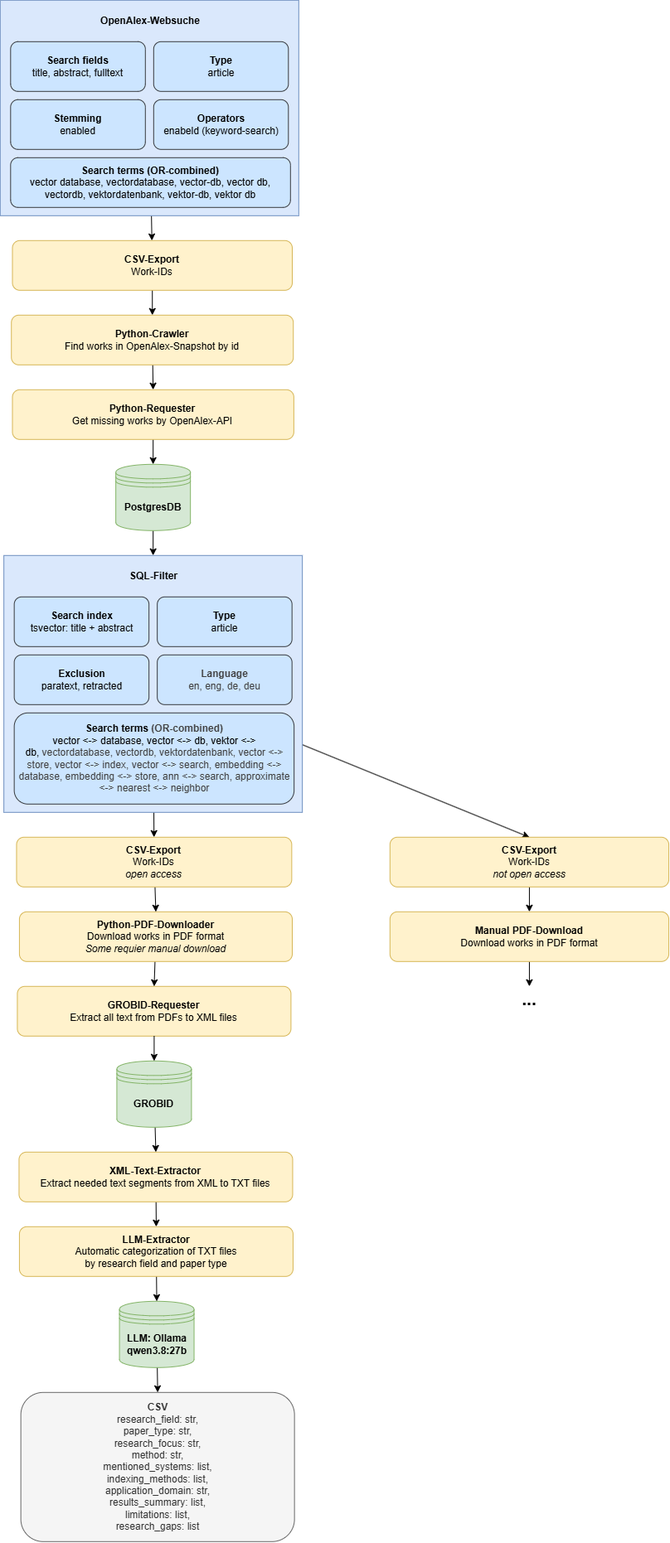
Before: database/doc/concept.png, a diagram exported from draw.io (dkrakau/arm). Source tidied: cells renumbered, new cells last; positions are measured from the earlier drawing's top-left corner, leaving out a move shared by most shapes. Its diagram source:
```xml
<mxGraphModel background="#ffffff" shadow="1">
  <root>
    <mxCell id="0" />
    <mxCell id="1" parent="0" />
    <mxCell id="2" style="edgeStyle=none;html=1;" parent="1" edge="1" source="3" target="22">
      <mxGeometry relative="1" as="geometry" />
    </mxCell>
    <mxCell id="3" style="rounded=0;whiteSpace=wrap;html=1;fillColor=#dae8fc;strokeColor=#6c8ebf;" parent="1" vertex="1">
      <mxGeometry width="360" height="260" as="geometry" />
    </mxCell>
    <mxCell id="4" style="edgeStyle=none;html=1;entryX=0.5;entryY=0;entryDx=0;entryDy=0;" parent="1" edge="1" source="5" target="14">
      <mxGeometry relative="1" as="geometry" />
    </mxCell>
    <mxCell id="5" value="&lt;b&gt;PostgresDB&lt;/b&gt;" style="shape=datastore;whiteSpace=wrap;html=1;fillColor=#d5e8d4;strokeColor=#82b366;" parent="1" vertex="1">
      <mxGeometry x="139.4" y="560" width="90" height="80" as="geometry" />
    </mxCell>
    <mxCell id="6" value="OpenAlex-Websuche" style="text;html=1;align=center;verticalAlign=middle;whiteSpace=wrap;rounded=0;fontStyle=1;" parent="1" vertex="1">
      <mxGeometry x="116.2" y="10" width="130" height="30" as="geometry" />
    </mxCell>
    <mxCell id="7" value="&lt;b&gt;Search fields&lt;/b&gt;&lt;br&gt;&lt;div&gt;title, abstract, fulltext&lt;/div&gt;" style="rounded=1;whiteSpace=wrap;html=1;fillColor=#cce5ff;strokeColor=#36393d;" parent="1" vertex="1">
      <mxGeometry x="12.5" y="50" width="162.5" height="60" as="geometry" />
    </mxCell>
    <mxCell id="8" value="&lt;b&gt;Type&lt;/b&gt;&lt;div&gt;article&lt;/div&gt;" style="rounded=1;whiteSpace=wrap;html=1;fillColor=#cce5ff;strokeColor=#36393d;" parent="1" vertex="1">
      <mxGeometry x="185" y="50" width="162.5" height="60" as="geometry" />
    </mxCell>
    <mxCell id="9" value="&lt;b&gt;Stemming&lt;/b&gt;&lt;div&gt;enabled&lt;/div&gt;" style="rounded=1;whiteSpace=wrap;html=1;fillColor=#cce5ff;strokeColor=#36393d;" parent="1" vertex="1">
      <mxGeometry x="12.5" y="120" width="162.5" height="60" as="geometry" />
    </mxCell>
    <mxCell id="10" value="&lt;b&gt;Operators&lt;/b&gt;&lt;div&gt;enabeld (keyword-search)&lt;/div&gt;" style="rounded=1;whiteSpace=wrap;html=1;fillColor=#cce5ff;strokeColor=#36393d;" parent="1" vertex="1">
      <mxGeometry x="185" y="120" width="162.5" height="60" as="geometry" />
    </mxCell>
    <mxCell id="11" value="&lt;b&gt;Search terms (OR-combined)&lt;/b&gt;&lt;div&gt;vector database, vectordatabase, vector-db, vector db, vectordb, vektordatenbank, vektor-db, vektor db&lt;/div&gt;" style="rounded=1;whiteSpace=wrap;html=1;fillColor=#cce5ff;strokeColor=#36393d;" parent="1" vertex="1">
      <mxGeometry x="12.5" y="190" width="337.5" height="60" as="geometry" />
    </mxCell>
    <mxCell id="12" style="edgeStyle=none;html=1;entryX=0.5;entryY=0;entryDx=0;entryDy=0;" parent="1" edge="1" source="14" target="33">
      <mxGeometry relative="1" as="geometry" />
    </mxCell>
    <mxCell id="13" style="edgeStyle=none;html=1;" parent="1" edge="1" source="14" target="35">
      <mxGeometry relative="1" as="geometry" />
    </mxCell>
    <mxCell id="14" style="rounded=0;whiteSpace=wrap;html=1;fillColor=#dae8fc;strokeColor=#6c8ebf;" parent="1" vertex="1">
      <mxGeometry x="4.4" y="670" width="360" height="310" as="geometry" />
    </mxCell>
    <mxCell id="15" value="SQL-Filter" style="text;html=1;align=center;verticalAlign=middle;whiteSpace=wrap;rounded=0;fontStyle=1;" parent="1" vertex="1">
      <mxGeometry x="120.6" y="680" width="130" height="30" as="geometry" />
    </mxCell>
    <mxCell id="16" value="&lt;b&gt;Search index&lt;/b&gt;&lt;br&gt;&lt;div&gt;tsvector: title + abstract&lt;/div&gt;" style="rounded=1;whiteSpace=wrap;html=1;fillColor=#cce5ff;strokeColor=#36393d;" parent="1" vertex="1">
      <mxGeometry x="16.9" y="720" width="162.5" height="60" as="geometry" />
    </mxCell>
    <mxCell id="17" value="&lt;b&gt;Type&lt;/b&gt;&lt;div&gt;article&lt;/div&gt;" style="rounded=1;whiteSpace=wrap;html=1;fillColor=#cce5ff;strokeColor=#36393d;" parent="1" vertex="1">
      <mxGeometry x="189.4" y="720" width="162.5" height="60" as="geometry" />
    </mxCell>
    <mxCell id="18" value="&lt;b&gt;Exclusion&lt;/b&gt;&lt;div&gt;paratext, retracted&lt;/div&gt;" style="rounded=1;whiteSpace=wrap;html=1;fillColor=#cce5ff;strokeColor=#36393d;" parent="1" vertex="1">
      <mxGeometry x="16.9" y="790" width="162.5" height="60" as="geometry" />
    </mxCell>
    <mxCell id="19" value="&lt;b style=&quot;color: rgb(63, 63, 63); scrollbar-color: rgb(226, 226, 226) rgb(251, 251, 251);&quot;&gt;Language&lt;/b&gt;&lt;div style=&quot;color: rgb(63, 63, 63); scrollbar-color: rgb(226, 226, 226) rgb(251, 251, 251);&quot;&gt;en, eng, de, deu&lt;/div&gt;" style="rounded=1;whiteSpace=wrap;html=1;fillColor=#cce5ff;strokeColor=#36393d;" parent="1" vertex="1">
      <mxGeometry x="189.4" y="790" width="162.5" height="60" as="geometry" />
    </mxCell>
    <mxCell id="20" value="&lt;b&gt;Search terms&amp;nbsp;&lt;/b&gt;&lt;b style=&quot;color: rgb(63, 63, 63); scrollbar-color: rgb(226, 226, 226) rgb(251, 251, 251);&quot;&gt;(OR-combined)&lt;/b&gt;&lt;div&gt;&lt;div&gt;vector &amp;lt;-&amp;gt; database, vector &amp;lt;-&amp;gt; db, vektor &amp;lt;-&amp;gt; db,&amp;nbsp;&lt;span style=&quot;color: rgb(63, 63, 63); background-color: transparent;&quot;&gt;vectordatabase, vectordb, vektordatenbank,&lt;/span&gt;&lt;span style=&quot;color: rgb(63, 63, 63); background-color: transparent;&quot;&gt;&amp;nbsp;vector &amp;lt;-&amp;gt; store, vector &amp;lt;-&amp;gt; index, vector &amp;lt;-&amp;gt; search,&amp;nbsp;&lt;/span&gt;&lt;span style=&quot;color: rgb(63, 63, 63); background-color: transparent;&quot;&gt;embedding &amp;lt;-&amp;gt; database, embedding &amp;lt;-&amp;gt; store,&amp;nbsp;&lt;/span&gt;&lt;span style=&quot;color: rgb(63, 63, 63); background-color: transparent;&quot;&gt;ann &amp;lt;-&amp;gt; search, approximate &amp;lt;-&amp;gt; nearest &amp;lt;-&amp;gt; neighbor&lt;/span&gt;&lt;/div&gt;&lt;/div&gt;" style="rounded=1;whiteSpace=wrap;html=1;fillColor=#cce5ff;strokeColor=#36393d;" parent="1" vertex="1">
      <mxGeometry x="16.9" y="860" width="337.5" height="110" as="geometry" />
    </mxCell>
    <mxCell id="21" style="edgeStyle=none;html=1;entryX=0.5;entryY=0;entryDx=0;entryDy=0;" parent="1" edge="1" source="22" target="24">
      <mxGeometry relative="1" as="geometry" />
    </mxCell>
    <mxCell id="22" value="&lt;b&gt;CSV-Export&lt;/b&gt;&lt;div&gt;Work-IDs&lt;/div&gt;" style="rounded=1;whiteSpace=wrap;html=1;fillColor=#fff2cc;strokeColor=#d6b656;" parent="1" vertex="1">
      <mxGeometry x="14.7" y="290" width="337.5" height="60" as="geometry" />
    </mxCell>
    <mxCell id="23" style="edgeStyle=none;html=1;entryX=0.5;entryY=0;entryDx=0;entryDy=0;" parent="1" edge="1" source="24" target="26">
      <mxGeometry relative="1" as="geometry" />
    </mxCell>
    <mxCell id="24" value="&lt;b&gt;Python-Crawler&lt;/b&gt;&lt;div&gt;Find works in OpenAlex-Snapshot by id&lt;/div&gt;" style="rounded=1;whiteSpace=wrap;html=1;fillColor=#fff2cc;strokeColor=#d6b656;" parent="1" vertex="1">
      <mxGeometry x="13.4" y="380" width="340" height="60" as="geometry" />
    </mxCell>
    <mxCell id="25" style="edgeStyle=none;html=1;entryX=0.5;entryY=0;entryDx=0;entryDy=0;" parent="1" edge="1" source="26" target="5">
      <mxGeometry relative="1" as="geometry" />
    </mxCell>
    <mxCell id="26" value="&lt;b&gt;Python-Requester&lt;/b&gt;&lt;div&gt;Get missing works by OpenAlex-API&lt;/div&gt;" style="rounded=1;whiteSpace=wrap;html=1;fillColor=#fff2cc;strokeColor=#d6b656;" parent="1" vertex="1">
      <mxGeometry x="14.7" y="470" width="339.4" height="60" as="geometry" />
    </mxCell>
    <mxCell id="27" style="edgeStyle=none;html=1;entryX=0.5;entryY=0;entryDx=0;entryDy=0;" parent="1" edge="1" source="28" target="31">
      <mxGeometry relative="1" as="geometry" />
    </mxCell>
    <mxCell id="28" value="&lt;b&gt;Python-PDF-Downloader&lt;/b&gt;&lt;br&gt;&lt;div&gt;Download works in PDF format&lt;/div&gt;&lt;div&gt;&lt;i&gt;Some requier manual download&lt;/i&gt;&lt;/div&gt;" style="rounded=1;whiteSpace=wrap;html=1;fillColor=#fff2cc;strokeColor=#d6b656;" parent="1" vertex="1">
      <mxGeometry x="23.1" y="1100" width="329.1" height="60" as="geometry" />
    </mxCell>
    <mxCell id="29" style="edgeStyle=none;html=1;entryX=0.5;entryY=0;entryDx=0;entryDy=0;" parent="1" edge="1" source="30" target="38">
      <mxGeometry relative="1" as="geometry" />
    </mxCell>
    <mxCell id="30" value="&lt;b&gt;LLM: Ollama qwen3.8:27b&lt;/b&gt;" style="shape=datastore;whiteSpace=wrap;html=1;fillColor=#d5e8d4;strokeColor=#82b366;" parent="1" vertex="1">
      <mxGeometry x="143.7" y="1570" width="90" height="80" as="geometry" />
    </mxCell>
    <mxCell id="31" value="&lt;b&gt;GROBID-Requester&lt;/b&gt;&lt;br&gt;&lt;div&gt;Extract all text from PDFs to XML files&lt;/div&gt;" style="rounded=1;whiteSpace=wrap;html=1;fillColor=#fff2cc;strokeColor=#d6b656;" parent="1" vertex="1">
      <mxGeometry x="20.6" y="1190" width="330" height="60" as="geometry" />
    </mxCell>
    <mxCell id="32" style="edgeStyle=none;html=1;exitX=0.5;exitY=1;exitDx=0;exitDy=0;entryX=0.5;entryY=0;entryDx=0;entryDy=0;" parent="1" edge="1" source="33" target="40">
      <mxGeometry relative="1" as="geometry" />
    </mxCell>
    <mxCell id="33" value="&lt;b&gt;CSV-Export&lt;/b&gt;&lt;div&gt;Work-IDs&lt;/div&gt;&lt;div&gt;&lt;i&gt;not open access&lt;/i&gt;&lt;/div&gt;" style="rounded=1;whiteSpace=wrap;html=1;fillColor=#fff2cc;strokeColor=#d6b656;" parent="1" vertex="1">
      <mxGeometry x="470" y="1010" width="336.3" height="60" as="geometry" />
    </mxCell>
    <mxCell id="34" style="edgeStyle=none;html=1;entryX=0.5;entryY=0;entryDx=0;entryDy=0;" parent="1" edge="1" source="35" target="28">
      <mxGeometry relative="1" as="geometry" />
    </mxCell>
    <mxCell id="35" value="&lt;b&gt;CSV-Export&lt;/b&gt;&lt;div&gt;Work-IDs&lt;/div&gt;&lt;div&gt;&lt;i&gt;open access&lt;/i&gt;&lt;/div&gt;" style="rounded=1;whiteSpace=wrap;html=1;fillColor=#fff2cc;strokeColor=#d6b656;" parent="1" vertex="1">
      <mxGeometry x="19.7" y="1010" width="331.9" height="60" as="geometry" />
    </mxCell>
    <mxCell id="36" style="edgeStyle=none;html=1;entryX=0.5;entryY=0;entryDx=0;entryDy=0;" parent="1" edge="1" source="37" target="30">
      <mxGeometry relative="1" as="geometry" />
    </mxCell>
    <mxCell id="37" value="&lt;b&gt;LLM-Extractor&lt;/b&gt;&lt;br&gt;&lt;div&gt;Automatic categorization of TXT files&lt;/div&gt;&lt;div&gt;by research field and paper type&lt;/div&gt;" style="rounded=1;whiteSpace=wrap;html=1;fillColor=#fff2cc;strokeColor=#d6b656;" parent="1" vertex="1">
      <mxGeometry x="23.1" y="1480" width="330" height="60" as="geometry" />
    </mxCell>
    <mxCell id="38" value="&lt;b&gt;CSV&lt;/b&gt;&lt;div&gt;research_field: str,&lt;/div&gt;&lt;div&gt;paper_type: str,&lt;/div&gt;&lt;div&gt;research_focus: str,&lt;/div&gt;&lt;div&gt;method: str,&lt;/div&gt;&lt;div&gt;mentioned_systems: list,&lt;/div&gt;&lt;div&gt;indexing_methods: list,&lt;/div&gt;&lt;div&gt;application_domain: str,&lt;/div&gt;&lt;div&gt;results_summary: list,&lt;/div&gt;&lt;div&gt;limitations: list,&lt;/div&gt;&lt;div&gt;research_gaps: list&lt;/div&gt;" style="rounded=1;whiteSpace=wrap;html=1;fillColor=#f5f5f5;fontColor=#333333;strokeColor=#666666;" parent="1" vertex="1">
      <mxGeometry x="24.8" y="1680" width="330" height="180" as="geometry" />
    </mxCell>
    <mxCell id="39" style="edgeStyle=none;html=1;entryX=0.5;entryY=0;entryDx=0;entryDy=0;exitX=0.5;exitY=1;exitDx=0;exitDy=0;" parent="1" edge="1" source="40" target="41">
      <mxGeometry relative="1" as="geometry" />
    </mxCell>
    <mxCell id="40" value="&lt;b&gt;Manual PDF-Download&lt;/b&gt;&lt;br&gt;&lt;div&gt;Download works in PDF format&lt;/div&gt;" style="rounded=1;whiteSpace=wrap;html=1;fillColor=#fff2cc;strokeColor=#d6b656;" parent="1" vertex="1">
      <mxGeometry x="470" y="1100" width="336.3" height="60" as="geometry" />
    </mxCell>
    <mxCell id="41" value="&lt;b&gt;&lt;font style=&quot;font-size: 21px;&quot;&gt;...&lt;/font&gt;&lt;/b&gt;" style="text;html=1;align=center;verticalAlign=middle;whiteSpace=wrap;rounded=0;" parent="1" vertex="1">
      <mxGeometry x="608.1" y="1190" width="60" height="30" as="geometry" />
    </mxCell>
    <mxCell id="42" style="edgeStyle=none;html=1;entryX=0.5;entryY=0;entryDx=0;entryDy=0;" parent="1" edge="1" source="43" target="46">
      <mxGeometry relative="1" as="geometry" />
    </mxCell>
    <mxCell id="43" value="&lt;b&gt;GROBID&lt;/b&gt;" style="shape=datastore;whiteSpace=wrap;html=1;fillColor=#d5e8d4;strokeColor=#82b366;" parent="1" vertex="1">
      <mxGeometry x="140.6" y="1280" width="90" height="80" as="geometry" />
    </mxCell>
    <mxCell id="44" style="edgeStyle=none;html=1;entryX=0.5;entryY=0;entryDx=0;entryDy=0;" parent="1" edge="1" source="31" target="43">
      <mxGeometry relative="1" as="geometry" />
    </mxCell>
    <mxCell id="45" style="edgeStyle=none;html=1;entryX=0.5;entryY=0;entryDx=0;entryDy=0;" parent="1" edge="1" source="46" target="37">
      <mxGeometry relative="1" as="geometry" />
    </mxCell>
    <mxCell id="46" value="&lt;b&gt;XML-Text-Extractor&lt;/b&gt;&lt;br&gt;&lt;div&gt;Extract needed text segments from XML to TXT files&lt;/div&gt;" style="rounded=1;whiteSpace=wrap;html=1;fillColor=#fff2cc;strokeColor=#d6b656;" parent="1" vertex="1">
      <mxGeometry x="22.7" y="1390" width="330" height="60" as="geometry" />
    </mxCell>
  </root>
</mxGraphModel>
```
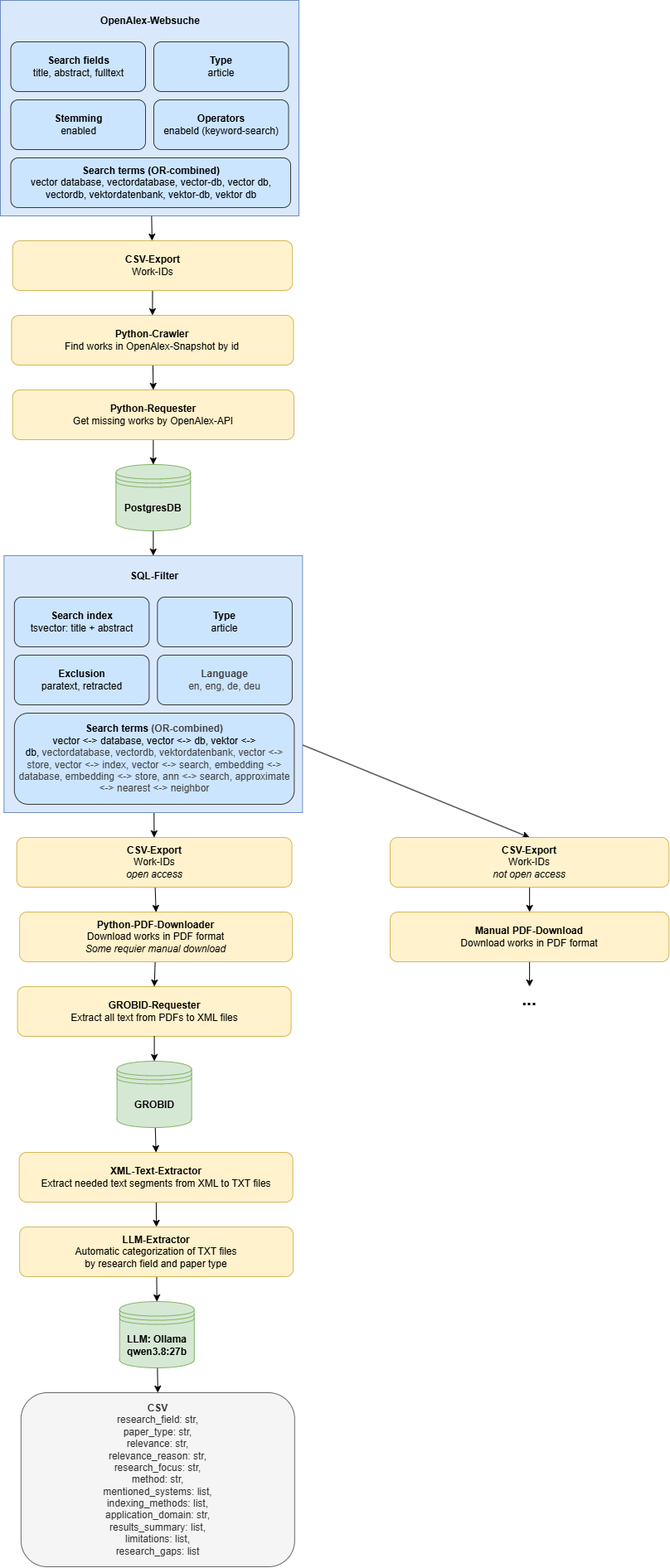
After the change.

Commit message:
Add relevance to concept

The edit, as a diff of the source:
```diff
@@ -110,8 +110,8 @@
     <mxCell id="37" value="&lt;b&gt;LLM-Extractor&lt;/b&gt;&lt;br&gt;&lt;div&gt;Automatic categorization of TXT files&lt;/div&gt;&lt;div&gt;by research field and paper type&lt;/div&gt;" style="rounded=1;whiteSpace=wrap;html=1;fillColor=#fff2cc;strokeColor=#d6b656;" parent="1" vertex="1">
       <mxGeometry x="23.1" y="1480" width="330" height="60" as="geometry" />
     </mxCell>
-    <mxCell id="38" value="&lt;b&gt;CSV&lt;/b&gt;&lt;div&gt;research_field: str,&lt;/div&gt;&lt;div&gt;paper_type: str,&lt;/div&gt;&lt;div&gt;research_focus: str,&lt;/div&gt;&lt;div&gt;method: str,&lt;/div&gt;&lt;div&gt;mentioned_systems: list,&lt;/div&gt;&lt;div&gt;indexing_methods: list,&lt;/div&gt;&lt;div&gt;application_domain: str,&lt;/div&gt;&lt;div&gt;results_summary: list,&lt;/div&gt;&lt;div&gt;limitations: list,&lt;/div&gt;&lt;div&gt;research_gaps: list&lt;/div&gt;" style="rounded=1;whiteSpace=wrap;html=1;fillColor=#f5f5f5;fontColor=#333333;strokeColor=#666666;" parent="1" vertex="1">
-      <mxGeometry x="24.8" y="1680" width="330" height="180" as="geometry" />
+    <mxCell id="38" value="&lt;b&gt;CSV&lt;/b&gt;&lt;div&gt;research_field: str,&lt;/div&gt;&lt;div&gt;paper_type: str,&lt;/div&gt;&lt;div&gt;relevance: str,&lt;/div&gt;&lt;div&gt;relevance_reason: str,&lt;/div&gt;&lt;div&gt;research_focus: str,&lt;/div&gt;&lt;div&gt;method: str,&lt;/div&gt;&lt;div&gt;mentioned_systems: list,&lt;/div&gt;&lt;div&gt;indexing_methods: list,&lt;/div&gt;&lt;div&gt;application_domain: str,&lt;/div&gt;&lt;div&gt;results_summary: list,&lt;/div&gt;&lt;div&gt;limitations: list,&lt;/div&gt;&lt;div&gt;research_gaps: list&lt;/div&gt;" style="rounded=1;whiteSpace=wrap;html=1;fillColor=#f5f5f5;fontColor=#333333;strokeColor=#666666;" parent="1" vertex="1">
+      <mxGeometry x="24.8" y="1680" width="330" height="210" as="geometry" />
     </mxCell>
     <mxCell id="39" style="edgeStyle=none;html=1;entryX=0.5;entryY=0;entryDx=0;entryDy=0;exitX=0.5;exitY=1;exitDx=0;exitDy=0;" parent="1" edge="1" source="40" target="41">
       <mxGeometry relative="1" as="geometry" />
```
